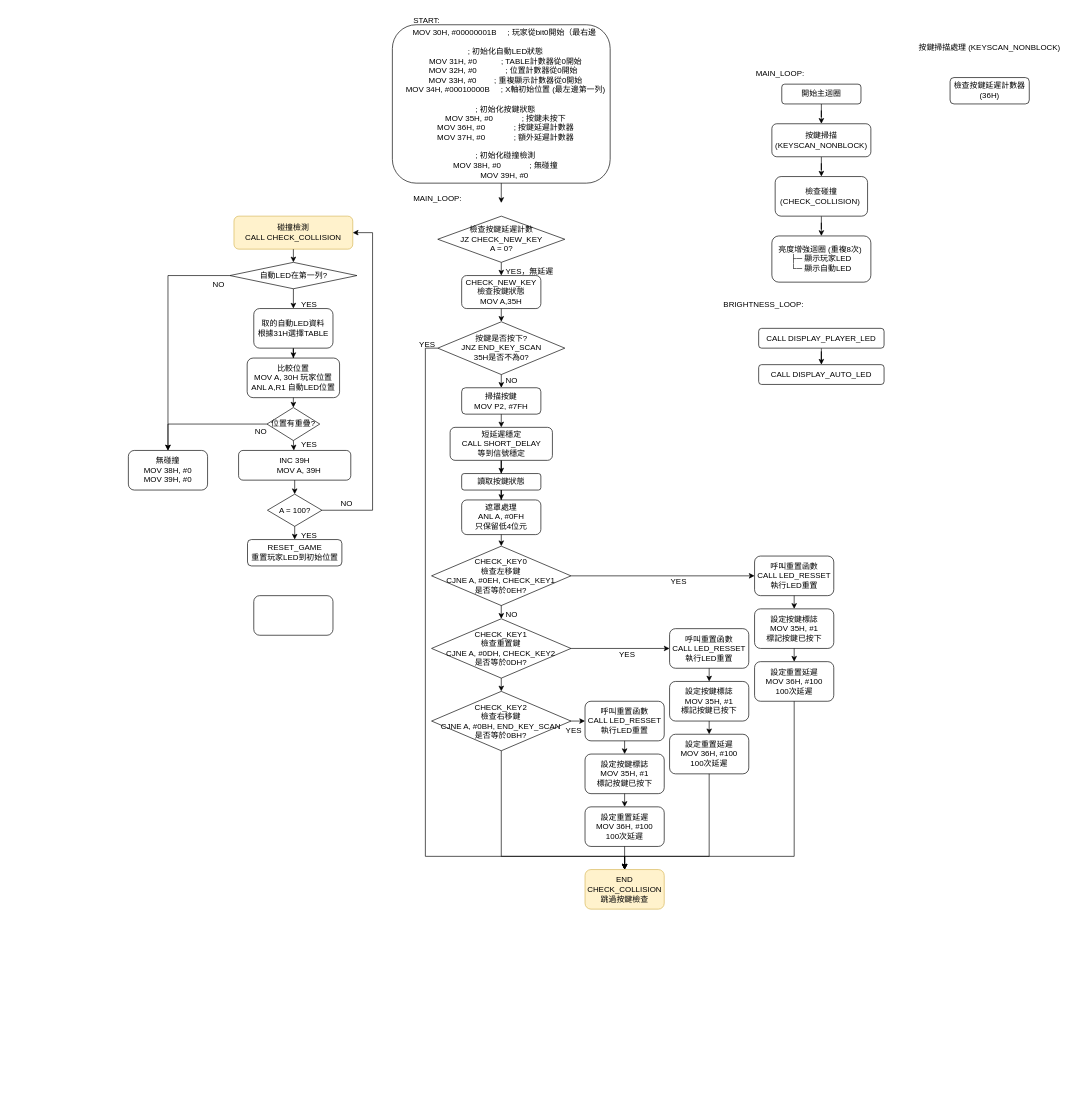
Above: page "第 11 页" (11 of 11) of 未命名绘图.drawio in piting1104/se2 (draw.io), before the change. Source tidied: cells renumbered, new cells numbered last; positions are measured from the earlier drawing's top-left corner, leaving out a move shared by most shapes. Both pictures are drawn from the tidied source at 66%, with x=0, y=0 at pixel (128, 11).
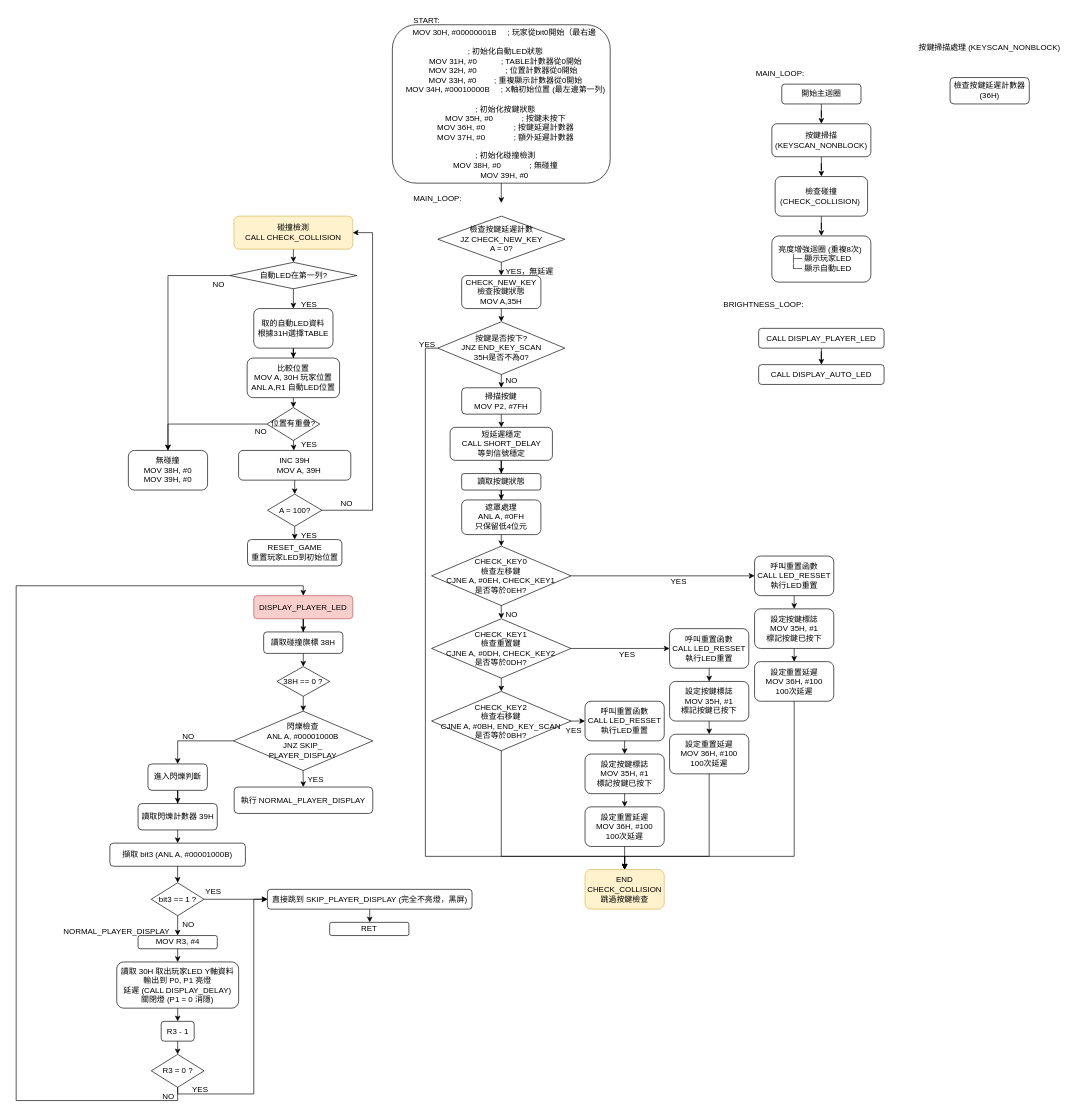
After the change.

Commit message (it also covers changes not shown here):
更新未命名绘图.drawio

Diff of the diagram source:
```diff
@@
+    <mxCell id="99" style="edgeStyle=orthogonalEdgeStyle;rounded=0;jettySize=auto;html=1;" parent="1" edge="1" source="98" target="100">
+      <mxGeometry relative="1" as="geometry" />
+    </mxCell>
-    <mxCell id="98" style="rounded=1;whiteSpace=wrap;html=1;" parent="1" vertex="1">
-      <mxGeometry x="190" y="885" width="120" height="60" as="geometry" />
+    <mxCell id="98" value="DISPLAY_PLAYER_LED" style="rounded=1;whiteSpace=wrap;html=1;fillColor=#f8cecc;strokeColor=#b85450;" parent="1" vertex="1">
+      <mxGeometry x="190" y="885" width="150" height="35" as="geometry" />
     </mxCell>
+    <mxCell id="100" value="讀取碰撞旗標 38H" style="whiteSpace=wrap;html=1;rounded=1;" parent="1" vertex="1">
+      <mxGeometry x="205" y="940" width="120" height="32.5" as="geometry" />
+    </mxCell>
+    <mxCell id="101" value="38H == 0 ?" style="rhombus;whiteSpace=wrap;html=1;" parent="1" vertex="1">
+      <mxGeometry x="225" y="992.5" width="80" height="45" as="geometry" />
+    </mxCell>
+    <mxCell id="102" style="endArrow=classic;html=1;rounded=0;exitX=0.5;exitY=1;exitDx=0;exitDy=0;entryX=0.5;entryY=0;entryDx=0;entryDy=0;" parent="1" edge="1" source="100" target="101">
+      <mxGeometry relative="1" as="geometry" />
+    </mxCell>
+    <mxCell id="103" value="閃爍檢查&lt;div&gt;ANL A, #00001000B&lt;/div&gt;&lt;div&gt;JNZ SKIP_&lt;/div&gt;&lt;div&gt;PLAYER_DISPLAY&lt;/div&gt;" style="rhombus;whiteSpace=wrap;html=1;" parent="1" vertex="1">
+      <mxGeometry x="159.1" y="1060" width="211.2" height="90" as="geometry" />
+    </mxCell>
+    <mxCell id="104" value="執行 NORMAL_PLAYER_DISPLAY" style="rounded=1;whiteSpace=wrap;html=1;" parent="1" vertex="1">
+      <mxGeometry x="160.3" y="1175" width="210" height="40" as="geometry" />
+    </mxCell>
+    <mxCell id="105" style="edgeStyle=orthogonalEdgeStyle;rounded=0;jettySize=auto;html=1;" parent="1" edge="1" source="106" target="113">
+      <mxGeometry relative="1" as="geometry" />
+    </mxCell>
+    <mxCell id="106" value="進入閃爍判斷" style="rounded=1;whiteSpace=wrap;html=1;" parent="1" vertex="1">
+      <mxGeometry x="29.7" y="1140" width="90" height="40" as="geometry" />
+    </mxCell>
+    <mxCell id="107" style="endArrow=classic;html=1;rounded=0;exitX=0.5;exitY=1;exitDx=0;exitDy=0;" parent="1" edge="1" source="103" target="104">
+      <mxGeometry relative="1" as="geometry" />
+    </mxCell>
+    <mxCell id="108" value="YES " style="text;whiteSpace=wrap;" parent="1" vertex="1">
+      <mxGeometry x="269.7" y="1150" width="20" height="20" as="geometry" />
+    </mxCell>
+    <mxCell id="109" style="endArrow=classic;html=1;rounded=0;exitX=0;exitY=0.5;exitDx=0;exitDy=0;entryX=0.5;entryY=0;entryDx=0;entryDy=0;edgeStyle=orthogonalEdgeStyle;" parent="1" edge="1" source="103" target="106">
+      <mxGeometry relative="1" as="geometry" />
+    </mxCell>
+    <mxCell id="110" value="NO" style="text;whiteSpace=wrap;" parent="1" vertex="1">
+      <mxGeometry x="79.7" y="1085" width="20" height="20" as="geometry" />
+    </mxCell>
+    <mxCell id="111" style="endArrow=classic;html=1;rounded=0;exitX=0.5;exitY=1;exitDx=0;exitDy=0;" parent="1" edge="1" source="101" target="103">
+      <mxGeometry relative="1" as="geometry" />
+    </mxCell>
+    <mxCell id="112" style="edgeStyle=orthogonalEdgeStyle;rounded=0;jettySize=auto;html=1;" parent="1" edge="1" source="113" target="114">
+      <mxGeometry relative="1" as="geometry" />
+    </mxCell>
+    <mxCell id="113" value="讀取閃爍計數器 39H" style="whiteSpace=wrap;html=1;rounded=1;" parent="1" vertex="1">
+      <mxGeometry x="14.7" y="1200" width="120" height="40" as="geometry" />
+    </mxCell>
+    <mxCell id="114" value="擷取 bit3 (ANL A, #00001000B)" style="whiteSpace=wrap;html=1;rounded=1;" parent="1" vertex="1">
+      <mxGeometry x="-28" y="1260" width="205.3" height="35" as="geometry" />
+    </mxCell>
+    <mxCell id="115" value="bit3 == 1 ?" style="rhombus;whiteSpace=wrap;html=1;" parent="1" vertex="1">
+      <mxGeometry x="34.7" y="1320" width="80" height="50" as="geometry" />
+    </mxCell>
+    <mxCell id="116" style="endArrow=classic;html=1;rounded=0;exitX=0.5;exitY=1;exitDx=0;exitDy=0;entryX=0.5;entryY=0;entryDx=0;entryDy=0;" parent="1" edge="1" source="114" target="115">
+      <mxGeometry relative="1" as="geometry" />
+    </mxCell>
+    <mxCell id="117" style="endArrow=classic;html=1;rounded=0;exitX=0.5;exitY=1;exitDx=0;exitDy=0;" parent="1" edge="1" source="115" target="122">
+      <mxGeometry relative="1" as="geometry" />
+    </mxCell>
+    <mxCell id="118" style="edgeStyle=orthogonalEdgeStyle;rounded=0;jettySize=auto;html=1;" parent="1" edge="1" source="119" target="135">
+      <mxGeometry relative="1" as="geometry" />
+    </mxCell>
+    <mxCell id="119" value="直接跳到 SKIP_PLAYER_DISPLAY (完全不亮燈，黑屏)" style="rounded=1;whiteSpace=wrap;html=1;" parent="1" vertex="1">
+      <mxGeometry x="210.7" y="1330" width="310" height="30" as="geometry" />
+    </mxCell>
+    <mxCell id="120" style="endArrow=classic;html=1;rounded=0;exitX=1;exitY=0.5;exitDx=0;exitDy=0;entryX=0;entryY=0.5;entryDx=0;entryDy=0;" parent="1" edge="1" source="115" target="119">
+      <mxGeometry relative="1" as="geometry" />
+    </mxCell>
+    <mxCell id="121" style="edgeStyle=orthogonalEdgeStyle;rounded=0;jettySize=auto;html=1;" parent="1" edge="1" source="122" target="124">
+      <mxGeometry relative="1" as="geometry" />
+    </mxCell>
+    <mxCell id="122" value="MOV R3, #4" style="rounded=1;whiteSpace=wrap;html=1;" parent="1" vertex="1">
+      <mxGeometry x="14.7" y="1400" width="120" height="20" as="geometry" />
+    </mxCell>
+    <mxCell id="123" value="&lt;span style=&quot;color: rgb(0, 0, 0); font-family: Helvetica; font-size: 12px; font-style: normal; font-variant-ligatures: normal; font-variant-caps: normal; font-weight: 400; letter-spacing: normal; orphans: 2; text-align: center; text-indent: 0px; text-transform: none; widows: 2; word-spacing: 0px; -webkit-text-stroke-width: 0px; white-space: normal; text-decoration-thickness: initial; text-decoration-style: initial; text-decoration-color: initial; float: none; display: inline !important;&quot;&gt;NORMAL_PLAYER_DISPLAY&lt;/span&gt;" style="text;whiteSpace=wrap;html=1;" parent="1" vertex="1">
+      <mxGeometry x="-100" y="1380" width="160" height="20" as="geometry" />
+    </mxCell>
+    <mxCell id="124" value="&lt;div&gt;讀取 30H 取出玩家LED Y軸資料&lt;/div&gt;&lt;div&gt;輸出到 P0, P1 亮燈&lt;/div&gt;&lt;div&gt;延遲 (CALL DISPLAY_DELAY)&lt;/div&gt;&lt;div&gt;關閉燈 (P1 = 0 消隱)&lt;/div&gt;" style="whiteSpace=wrap;html=1;rounded=1;" parent="1" vertex="1">
+      <mxGeometry x="-17.6" y="1440" width="184.7" height="70" as="geometry" />
+    </mxCell>
+    <mxCell id="125" value="R3 - 1" style="rounded=1;whiteSpace=wrap;html=1;" parent="1" vertex="1">
+      <mxGeometry x="49.7" y="1530" width="50" height="30" as="geometry" />
+    </mxCell>
+    <mxCell id="126" style="endArrow=classic;html=1;rounded=0;exitX=0.5;exitY=1;exitDx=0;exitDy=0;" parent="1" edge="1" source="124" target="125">
+      <mxGeometry relative="1" as="geometry" />
+    </mxCell>
+    <mxCell id="127" value="R3 = 0 ?" style="rhombus;whiteSpace=wrap;html=1;" parent="1" vertex="1">
+      <mxGeometry x="34.7" y="1580" width="80" height="50" as="geometry" />
+    </mxCell>
+    <mxCell id="128" style="endArrow=classic;html=1;rounded=0;exitX=0.5;exitY=1;exitDx=0;exitDy=0;" parent="1" edge="1" source="125" target="127">
+      <mxGeometry relative="1" as="geometry" />
+    </mxCell>
+    <mxCell id="129" style="endArrow=classic;html=1;rounded=0;exitX=0.5;exitY=1;exitDx=0;exitDy=0;entryX=0.5;entryY=0;entryDx=0;entryDy=0;edgeStyle=orthogonalEdgeStyle;" parent="1" edge="1" source="127" target="98">
+      <mxGeometry relative="1" as="geometry">
+        <Array as="points">
+          <mxPoint x="75" y="1650" />
+          <mxPoint x="-170" y="1650" />
+          <mxPoint x="-170" y="870" />
+          <mxPoint x="265" y="870" />
+        </Array>
+      </mxGeometry>
+    </mxCell>
+    <mxCell id="130" value="YES " style="text;whiteSpace=wrap;" parent="1" vertex="1">
+      <mxGeometry x="114.7" y="1320" width="20" height="20" as="geometry" />
+    </mxCell>
+    <mxCell id="131" value="NO" style="text;whiteSpace=wrap;" parent="1" vertex="1">
+      <mxGeometry x="79.7" y="1370" width="20" height="20" as="geometry" />
+    </mxCell>
+    <mxCell id="132" value="NO" style="text;whiteSpace=wrap;" parent="1" vertex="1">
+      <mxGeometry x="50" y="1630" width="20" height="20" as="geometry" />
+    </mxCell>
+    <mxCell id="133" style="endArrow=classic;html=1;rounded=0;exitX=0.5;exitY=1;exitDx=0;exitDy=0;entryX=0;entryY=0.5;entryDx=0;entryDy=0;edgeStyle=orthogonalEdgeStyle;" parent="1" edge="1" source="127" target="119">
+      <mxGeometry relative="1" as="geometry">
+        <Array as="points">
+          <mxPoint x="75" y="1640" />
+          <mxPoint x="190" y="1640" />
+          <mxPoint x="190" y="1345" />
+        </Array>
+      </mxGeometry>
+    </mxCell>
+    <mxCell id="134" value="YES " style="text;whiteSpace=wrap;" parent="1" vertex="1">
+      <mxGeometry x="94.7" y="1620" width="20" height="20" as="geometry" />
+    </mxCell>
+    <mxCell id="135" value="RET" style="whiteSpace=wrap;html=1;rounded=1;" parent="1" vertex="1">
+      <mxGeometry x="305" y="1380" width="120" height="20" as="geometry" />
+    </mxCell>
```
